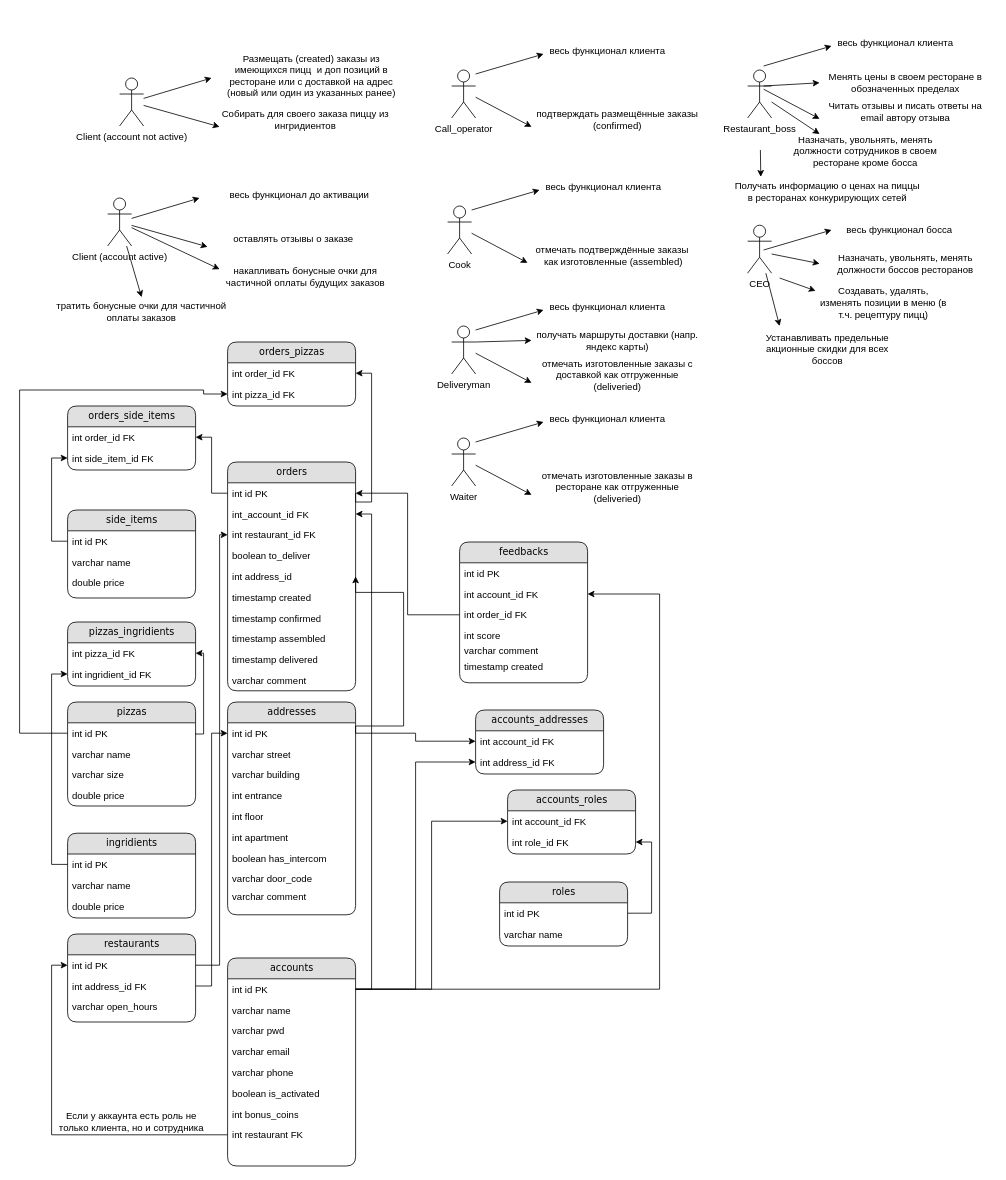
Before: pizza_db.drawio in Chaplain4/pizza_app, a draw.io diagram. Source tidied: cells renumbered, new cells numbered last; positions are measured from the earlier drawing's top-left corner, leaving out a move shared by most shapes. Both pictures are drawn from the tidied source at 80%, with x=0, y=0 at pixel (19, 14).
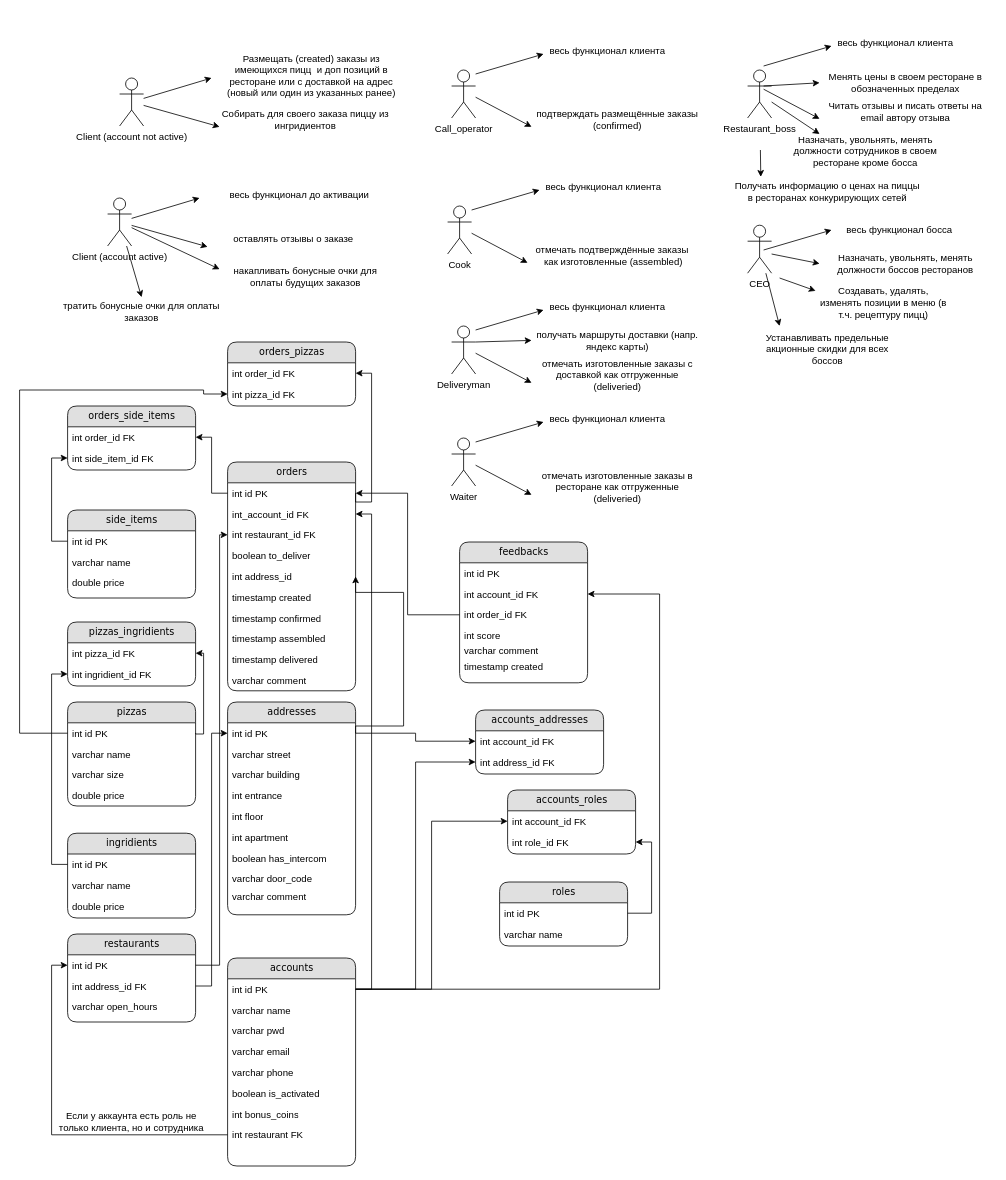
The same page after the edit.

Diff of the diagram source:
```diff
@@
-    <mxCell id="102" value="накапливать бонусные очки для частичной оплаты будущих заказов" style="text;html=1;align=center;verticalAlign=middle;whiteSpace=wrap;rounded=0;" parent="1" vertex="1">
+    <mxCell id="102" value="накапливать бонусные очки для оплаты будущих заказов" style="text;html=1;align=center;verticalAlign=middle;whiteSpace=wrap;rounded=0;" parent="1" vertex="1">
       <mxGeometry x="250" y="310" width="215" height="36" as="geometry" />
     </mxCell>
@@
-    <mxCell id="144" value="тратить бонусные очки для частичной оплаты заказов" style="text;html=1;align=center;verticalAlign=middle;whiteSpace=wrap;rounded=0;" parent="1" vertex="1">
+    <mxCell id="144" value="тратить бонусные очки для оплаты заказов" style="text;html=1;align=center;verticalAlign=middle;whiteSpace=wrap;rounded=0;" parent="1" vertex="1">
       <mxGeometry x="45" y="354" width="215" height="36" as="geometry" />
     </mxCell>
```
